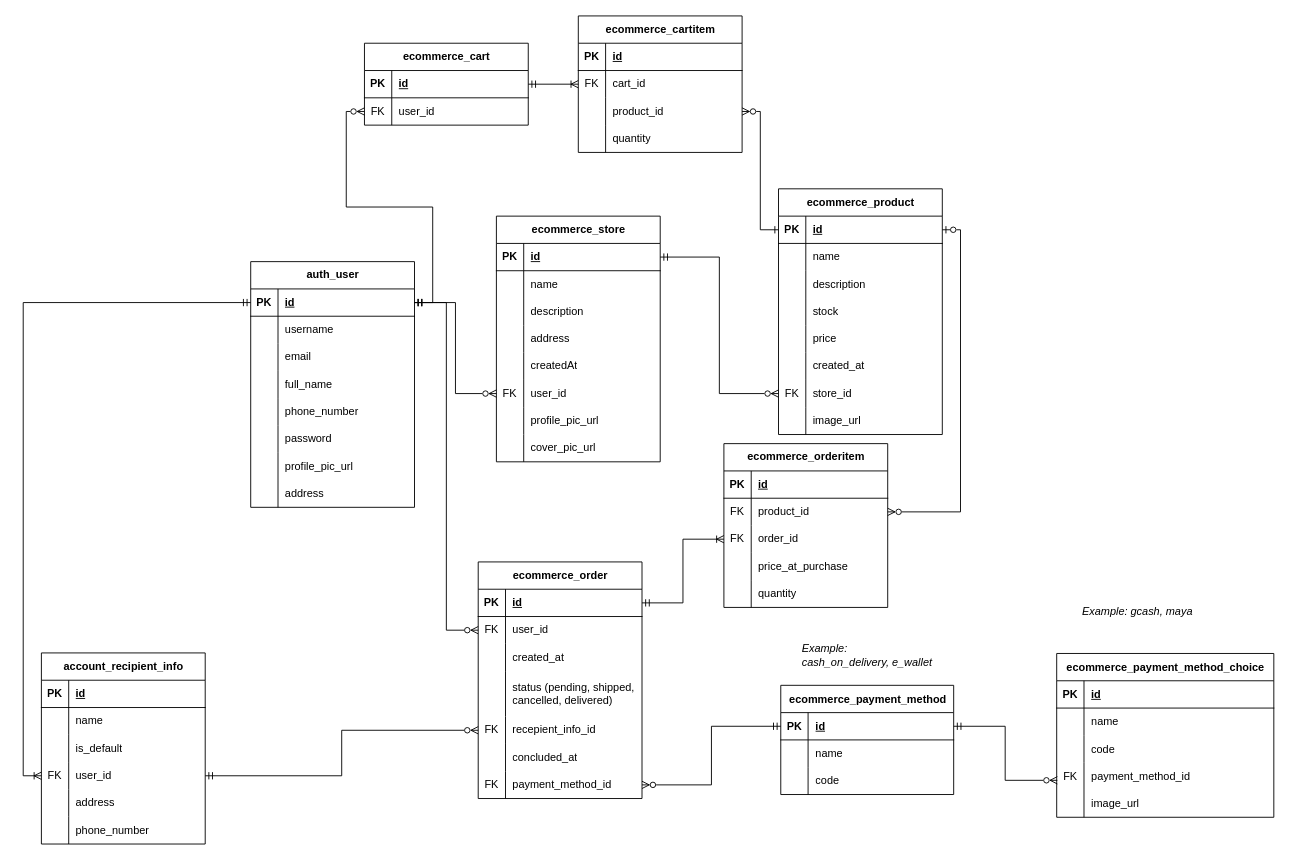
Above: page "All (INC)" (1 of 3) of E-Commerce API ERD.drawio in RHILIUS/drawio (draw.io), before the change. Source tidied: cells renumbered, new cells numbered last; positions are measured from the earlier drawing's top-left corner, leaving out a move shared by most shapes. Both pictures are drawn from the tidied source at 91%, with x=0, y=0 at pixel (41, 15).
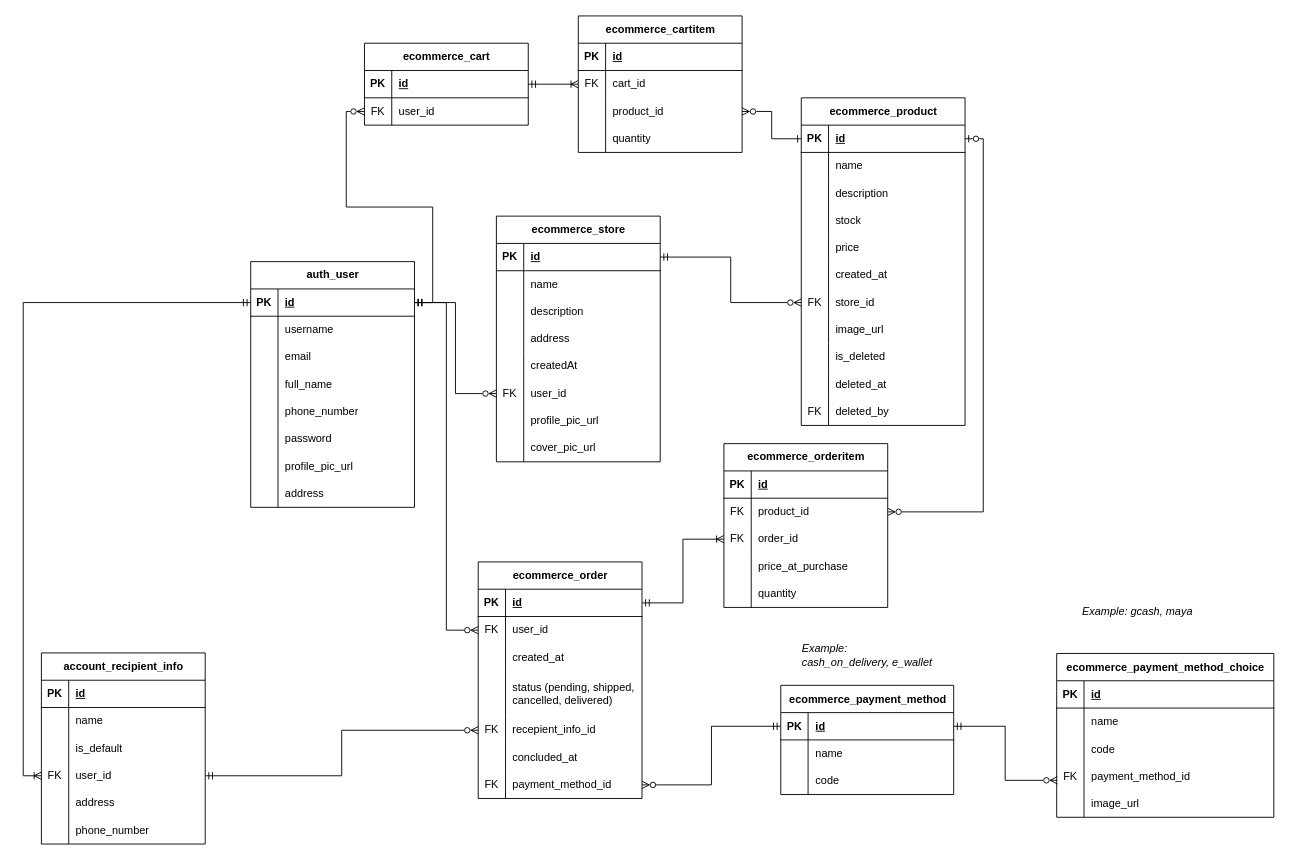
After the change.

What changed in the source:
```diff
@@
     <mxCell id="9" value="ecommerce_product" style="shape=table;startSize=30;childLayout=tableLayout;rowLines=0;fontStyle=1;align=center;html=1;" parent="1" vertex="1">
-      <mxGeometry x="810" y="190" width="180" height="270" as="geometry" />
+      <mxGeometry x="835" y="90" width="180" height="360" as="geometry" />
     </mxCell>
@@
+    <mxCell id="196" style="shape=tableRow;horizontal=0;startSize=0;swimlaneHead=0;swimlaneBody=0;fillColor=none;top=0;left=0;right=0;bottom=0;" parent="9" vertex="1">
+      <mxGeometry y="270" width="180" height="30" as="geometry" />
+    </mxCell>
+    <mxCell id="197" style="shape=partialRectangle;fillColor=none;top=0;left=0;bottom=0;right=0;overflow=hidden;whiteSpace=wrap;html=1;" parent="196" vertex="1">
+      <mxGeometry width="30" height="30" as="geometry" />
+    </mxCell>
+    <mxCell id="198" value="is_deleted" style="shape=partialRectangle;fillColor=none;top=0;left=0;bottom=0;right=0;align=left;spacingLeft=6;overflow=hidden;whiteSpace=wrap;html=1;" parent="196" vertex="1">
+      <mxGeometry x="30" width="150" height="30" as="geometry" />
+    </mxCell>
+    <mxCell id="199" style="shape=tableRow;horizontal=0;startSize=0;swimlaneHead=0;swimlaneBody=0;fillColor=none;top=0;left=0;right=0;bottom=0;" parent="9" vertex="1">
+      <mxGeometry y="300" width="180" height="30" as="geometry" />
+    </mxCell>
+    <mxCell id="200" style="shape=partialRectangle;fillColor=none;top=0;left=0;bottom=0;right=0;overflow=hidden;whiteSpace=wrap;html=1;" parent="199" vertex="1">
+      <mxGeometry width="30" height="30" as="geometry" />
+    </mxCell>
+    <mxCell id="201" value="deleted_at" style="shape=partialRectangle;fillColor=none;top=0;left=0;bottom=0;right=0;align=left;spacingLeft=6;overflow=hidden;whiteSpace=wrap;html=1;" parent="199" vertex="1">
+      <mxGeometry x="30" width="150" height="30" as="geometry" />
+    </mxCell>
+    <mxCell id="202" style="shape=tableRow;horizontal=0;startSize=0;swimlaneHead=0;swimlaneBody=0;fillColor=none;top=0;left=0;right=0;bottom=0;" parent="9" vertex="1">
+      <mxGeometry y="330" width="180" height="30" as="geometry" />
+    </mxCell>
+    <mxCell id="203" value="FK" style="shape=partialRectangle;fillColor=none;top=0;left=0;bottom=0;right=0;overflow=hidden;whiteSpace=wrap;html=1;" parent="202" vertex="1">
+      <mxGeometry width="30" height="30" as="geometry" />
+    </mxCell>
+    <mxCell id="204" value="deleted_by" style="shape=partialRectangle;fillColor=none;top=0;left=0;bottom=0;right=0;align=left;spacingLeft=6;overflow=hidden;whiteSpace=wrap;html=1;" parent="202" vertex="1">
+      <mxGeometry x="30" width="150" height="30" as="geometry" />
+    </mxCell>
```
